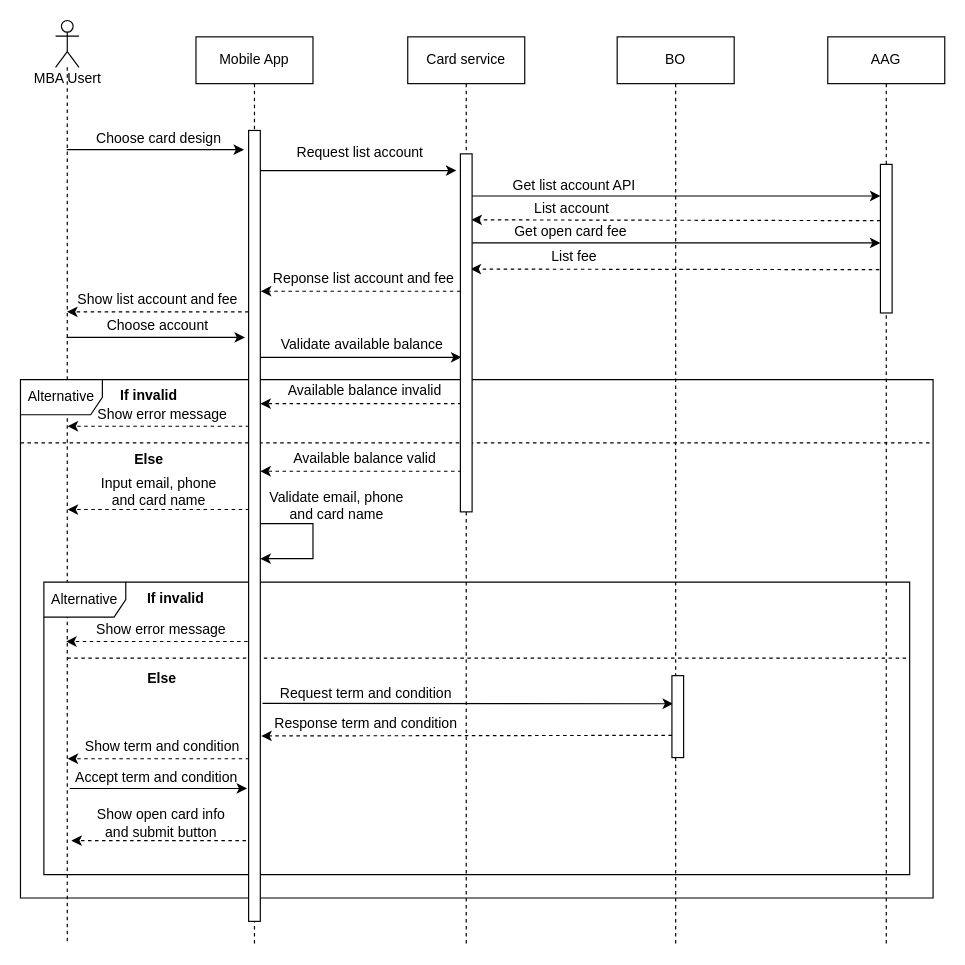
Before: page "Open-card-user-info" (3 of 14) of Sequence Diagram.drawio in lyminh1994/diagram, a draw.io diagram. Source tidied: cells renumbered, new cells numbered last; positions are measured from the earlier drawing's top-left corner, leaving out a move shared by most shapes. Both pictures are drawn from the tidied source at 117%, with x=0, y=0 at pixel (20, 20).
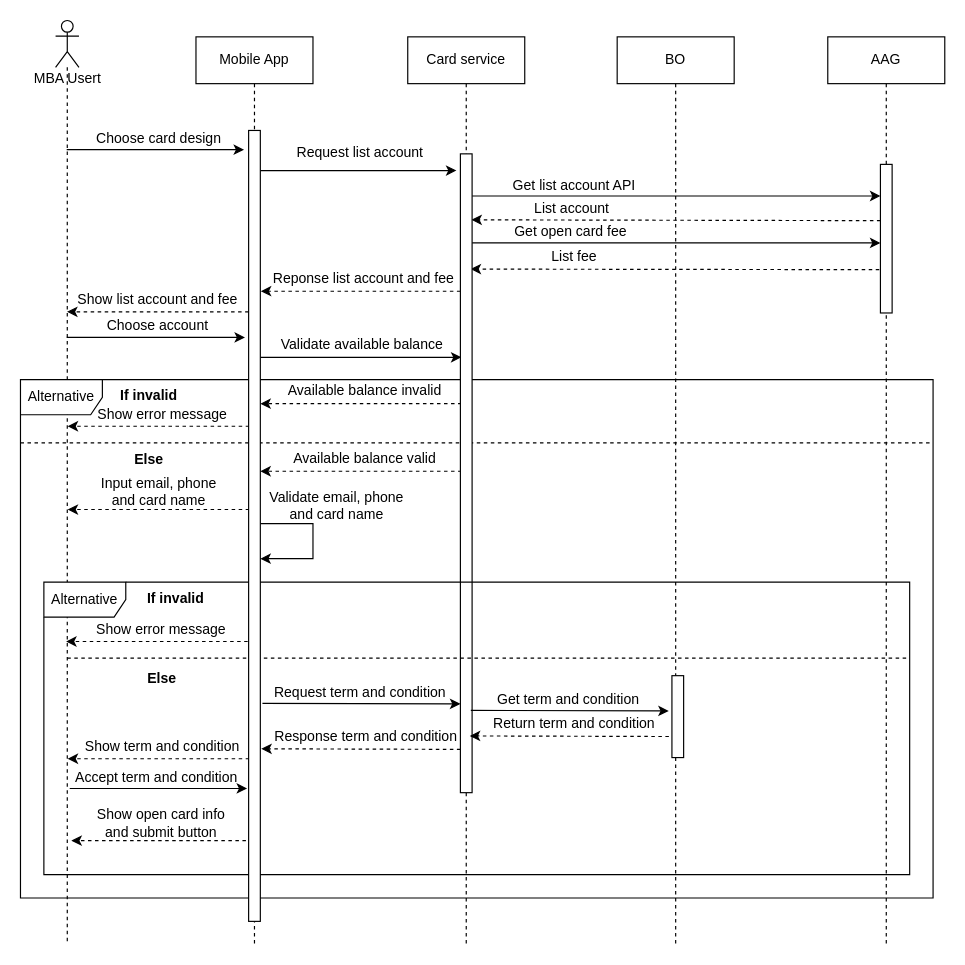
The same page after the edit.

What changed in the source:
```diff
@@
     <mxCell id="28" value="Request term and condition" style="text;html=1;align=center;verticalAlign=middle;strokeColor=none;fontSize=12;" parent="1" vertex="1">
-      <mxGeometry x="214.7" y="566" width="160" height="20" as="geometry" />
+      <mxGeometry x="209.7" y="565" width="160" height="20" as="geometry" />
     </mxCell>
     <mxCell id="29" value="Response term and condition" style="text;html=1;align=center;verticalAlign=middle;strokeColor=none;fontSize=12;" parent="1" vertex="1">
-      <mxGeometry x="209.7" y="591" width="170" height="20" as="geometry" />
+      <mxGeometry x="209.7" y="602" width="170" height="20" as="geometry" />
     </mxCell>
@@
-    <mxCell id="31" style="edgeStyle=none;rounded=0;orthogonalLoop=1;jettySize=auto;html=1;fontSize=12;entryX=0.1;entryY=0.226;entryDx=0;entryDy=0;entryPerimeter=0;" parent="1" edge="1">
+    <mxCell id="31" style="edgeStyle=none;rounded=0;jettySize=auto;html=1;fontSize=12;entryX=0;entryY=0.861;entryDx=0;entryDy=0;entryPerimeter=0;" parent="1" edge="1" target="41">
       <mxGeometry relative="1" as="geometry">
         <mxPoint x="206.8" y="583.7" as="sourcePoint" />
-        <mxPoint x="557.8" y="584" as="targetPoint" />
       </mxGeometry>
     </mxCell>
@@
-    <mxCell id="33" style="edgeStyle=none;rounded=0;orthogonalLoop=1;jettySize=auto;html=1;entryX=0.9;entryY=0.953;entryDx=0;entryDy=0;entryPerimeter=0;dashed=1;fontSize=12;exitX=0;exitY=0.811;exitDx=0;exitDy=0;exitPerimeter=0;" parent="1" edge="1">
+    <mxCell id="33" style="edgeStyle=none;rounded=0;orthogonalLoop=1;jettySize=auto;html=1;entryX=0.9;entryY=0.953;entryDx=0;entryDy=0;entryPerimeter=0;dashed=1;fontSize=12;exitX=0;exitY=0.912;exitDx=0;exitDy=0;exitPerimeter=0;" parent="1" edge="1">
       <mxGeometry relative="1" as="geometry">
-        <mxPoint x="556.8" y="611" as="sourcePoint" />
-        <mxPoint x="205.8" y="611.5" as="targetPoint" />
+        <mxPoint x="376" y="623" as="sourcePoint" />
+        <mxPoint x="205.8" y="622.5" as="targetPoint" />
       </mxGeometry>
     </mxCell>
@@
     <mxCell id="41" style="html=1;points=[];perimeter=orthogonalPerimeter;fontSize=12;verticalAlign=middle;" parent="1" vertex="1">
-      <mxGeometry x="376" y="114" width="10" height="306" as="geometry" />
+      <mxGeometry x="376" y="114" width="10" height="546" as="geometry" />
     </mxCell>
@@
+    <mxCell id="61" value="Get term and condition" style="text;html=1;align=center;verticalAlign=middle;strokeColor=none;fontSize=12;" parent="1" vertex="1">
+      <mxGeometry x="397.8" y="571" width="140" height="20" as="geometry" />
+    </mxCell>
+    <mxCell id="62" style="edgeStyle=none;rounded=0;orthogonalLoop=1;jettySize=auto;html=1;fontSize=12;entryX=0;entryY=0.861;entryDx=0;entryDy=0;entryPerimeter=0;" parent="1" edge="1">
+      <mxGeometry relative="1" as="geometry">
+        <mxPoint x="384.9" y="589.7" as="sourcePoint" />
+        <mxPoint x="554.1" y="590.1" as="targetPoint" />
+      </mxGeometry>
+    </mxCell>
+    <mxCell id="63" value="Return term and condition" style="text;html=1;align=center;verticalAlign=middle;strokeColor=none;fontSize=12;" parent="1" vertex="1">
+      <mxGeometry x="397.9" y="591" width="150" height="20" as="geometry" />
+    </mxCell>
+    <mxCell id="64" style="edgeStyle=none;rounded=0;orthogonalLoop=1;jettySize=auto;html=1;entryX=0.9;entryY=0.953;entryDx=0;entryDy=0;entryPerimeter=0;dashed=1;fontSize=12;exitX=0;exitY=0.912;exitDx=0;exitDy=0;exitPerimeter=0;" parent="1" edge="1">
+      <mxGeometry relative="1" as="geometry">
+        <mxPoint x="554.2" y="612" as="sourcePoint" />
+        <mxPoint x="384" y="611.5" as="targetPoint" />
+      </mxGeometry>
+    </mxCell>
```
